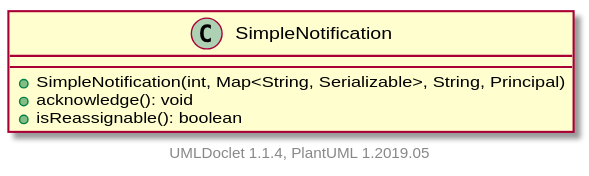
Above: apidocs/2.11.0.M8-SNAPSHOT/org/apache/wiki/workflow/SimpleNotification.svg in apache/jspwiki-site (PlantUML), before the change.
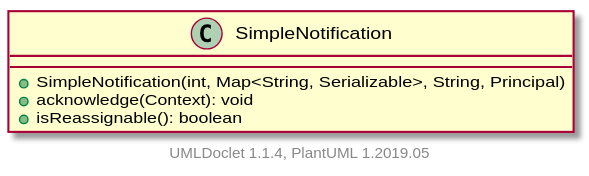
After the commit.

Change to the diagram source:
```diff
@@ -2,7 +2,7 @@
 
     class SimpleNotification [[SimpleNotification.html]] {
         +SimpleNotification(int, Map<String, Serializable>, String, Principal)
-        +acknowledge(): void
+        +acknowledge(Context): void
         +isReassignable(): boolean
     }
 
```
